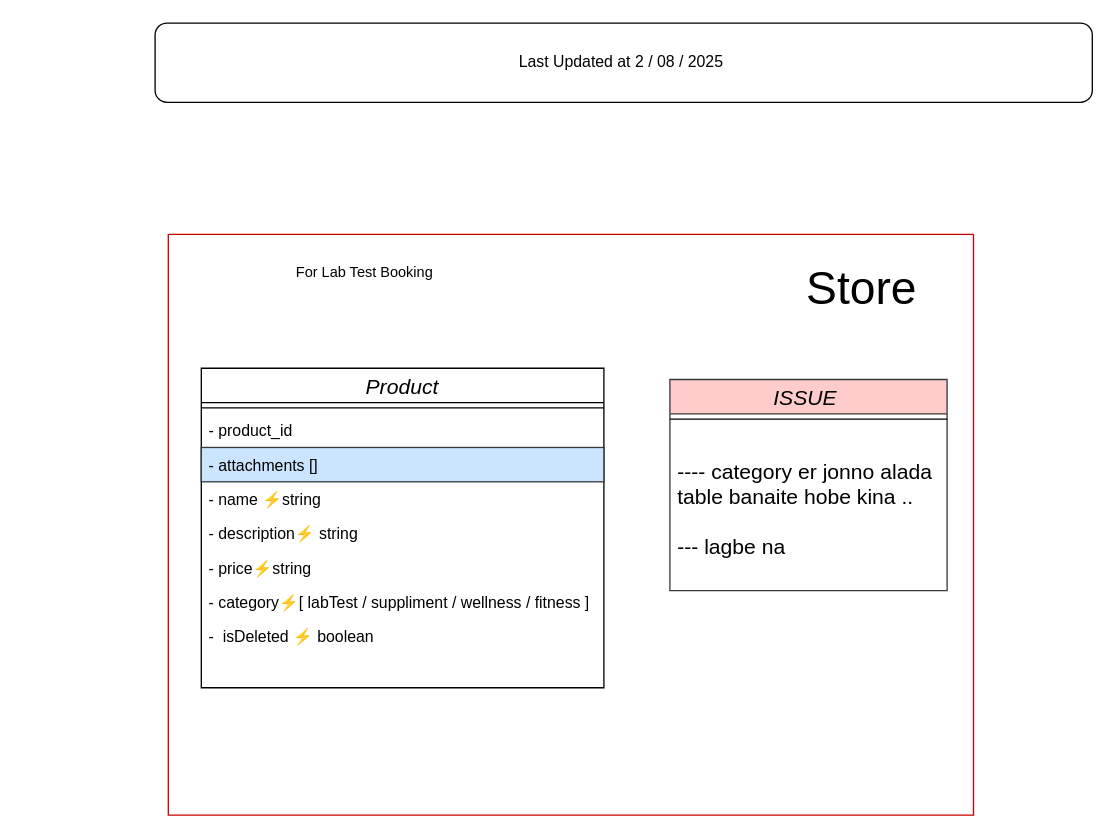
Earlier version of the draw.io diagram src/modules/_store/store.drawio (MohammadSheakh/Suplify_backend). Source tidied: cells renumbered, new cells numbered last; positions are measured from the earlier drawing's top-left corner, leaving out a move shared by most shapes. Both pictures are drawn from the tidied source at 132%, with x=0, y=0 at pixel (154, 22).
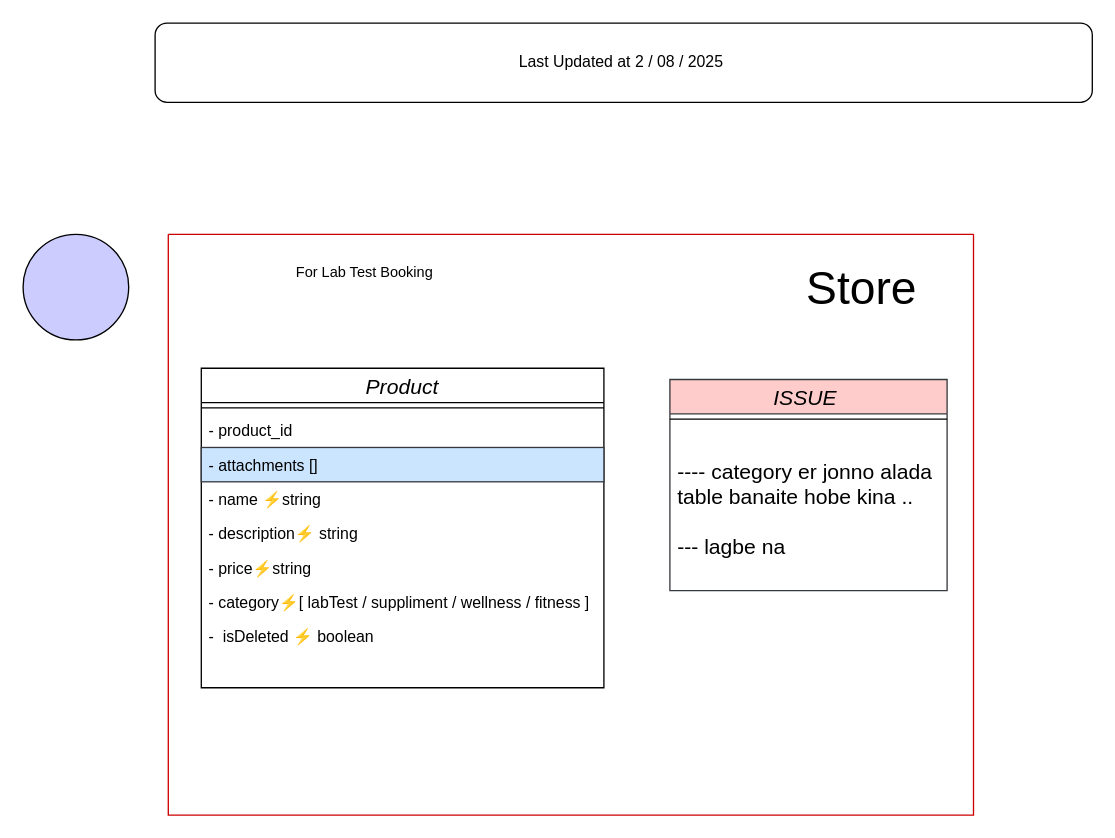
The same diagram, later.

The edit, as a diff of the source:
```diff
@@
 <mxGraphModel>
   <root>
     <mxCell id="0" />
     <mxCell id="1" parent="0" />
     <mxCell id="2" style="swimlane;startSize=0;strokeColor=#CC0000;" parent="1" vertex="1">
       <mxGeometry x="10" y="160" width="610" height="440" as="geometry" />
     </mxCell>
     <mxCell id="3" value="Product" style="swimlane;fontStyle=2;align=center;verticalAlign=middle;horizontal=1;startSize=26;rounded=0;shadow=0;strokeWidth=1;fontSize=16;" parent="2" vertex="1">
       <mxGeometry x="25" y="101.5" width="305" height="242" as="geometry" />
     </mxCell>
     <mxCell id="4" style="line;html=1;strokeWidth=1;align=left;verticalAlign=middle;spacingTop=-1;spacingLeft=3;spacingRight=3;labelPosition=right;" parent="3" vertex="1">
       <mxGeometry y="26" width="305" height="8" as="geometry" />
     </mxCell>
     <mxCell id="5" value="- product_id" style="text;align=left;verticalAlign=middle;spacingLeft=4;spacingRight=4;overflow=hidden;" parent="3" vertex="1">
       <mxGeometry y="34" width="305" height="26" as="geometry" />
     </mxCell>
     <mxCell id="6" value="- attachments []" style="text;align=left;verticalAlign=middle;spacingLeft=4;spacingRight=4;overflow=hidden;fillColor=#cce5ff;strokeColor=#36393d;" parent="3" vertex="1">
       <mxGeometry y="60" width="305" height="26" as="geometry" />
     </mxCell>
     <mxCell id="7" value="- name ⚡string" style="text;align=left;verticalAlign=middle;spacingLeft=4;spacingRight=4;overflow=hidden;" parent="3" vertex="1">
       <mxGeometry y="86" width="305" height="26" as="geometry" />
     </mxCell>
     <mxCell id="8" value="- description⚡ string" style="text;align=left;verticalAlign=middle;spacingLeft=4;spacingRight=4;overflow=hidden;" parent="3" vertex="1">
       <mxGeometry y="112" width="305" height="26" as="geometry" />
     </mxCell>
     <mxCell id="9" value="- price⚡string" style="text;align=left;verticalAlign=middle;spacingLeft=4;spacingRight=4;overflow=hidden;" parent="3" vertex="1">
       <mxGeometry y="138" width="305" height="26" as="geometry" />
     </mxCell>
     <mxCell id="10" value="- category⚡[ labTest / suppliment / wellness / fitness ]" style="text;align=left;verticalAlign=middle;spacingLeft=4;spacingRight=4;overflow=hidden;" parent="3" vertex="1">
       <mxGeometry y="164" width="305" height="26" as="geometry" />
     </mxCell>
     <mxCell id="11" value="-  isDeleted ⚡ boolean" style="text;align=left;verticalAlign=top;spacingLeft=4;spacingRight=4;overflow=hidden;" parent="3" vertex="1">
       <mxGeometry y="190" width="305" height="26" as="geometry" />
     </mxCell>
     <mxCell id="12" value="Store" style="text;html=1;align=center;verticalAlign=middle;strokeColor=none;fillColor=none;fontSize=35;" parent="2" vertex="1">
       <mxGeometry x="470" y="10" width="110" height="60" as="geometry" />
     </mxCell>
     <mxCell id="13" value="ISSUE " style="swimlane;fontStyle=2;align=center;verticalAlign=middle;horizontal=1;startSize=26;rounded=0;shadow=0;strokeWidth=1;fillColor=#ffcccc;strokeColor=#36393d;fontSize=16;" parent="2" vertex="1">
       <mxGeometry x="380" y="110" width="210" height="160" as="geometry" />
     </mxCell>
     <mxCell id="14" style="line;html=1;strokeWidth=1;align=left;verticalAlign=middle;spacingTop=-1;spacingLeft=3;spacingRight=3;labelPosition=right;fontSize=16;" parent="13" vertex="1">
       <mxGeometry y="26" width="210" height="8" as="geometry" />
     </mxCell>
     <mxCell id="15" value="---- category er jonno alada&#10;table banaite hobe kina .. &#10;&#10;--- lagbe na" style="text;align=left;verticalAlign=middle;spacingLeft=4;spacingRight=4;overflow=hidden;fontSize=16;" parent="13" vertex="1">
       <mxGeometry y="34" width="210" height="126" as="geometry" />
     </mxCell>
     <mxCell id="16" value="For Lab Test Booking&amp;nbsp;" style="edgeLabel;html=1;align=center;verticalAlign=middle;" parent="1" vertex="1">
       <mxGeometry x="159.8" y="188.2" as="geometry" />
     </mxCell>
     <mxCell id="17" value="Last Updated at 2 / 08 / 2025&amp;nbsp;" style="rounded=1;whiteSpace=wrap;html=1;" parent="1" vertex="1">
       <mxGeometry width="710" height="60" as="geometry" />
     </mxCell>
+    <mxCell id="18" style="ellipse;whiteSpace=wrap;html=1;fillColor=#CCCCFF;" parent="1" vertex="1">
+      <mxGeometry x="-100" y="160" width="80" height="80" as="geometry" />
+    </mxCell>
   </root>
 </mxGraphModel>
```
